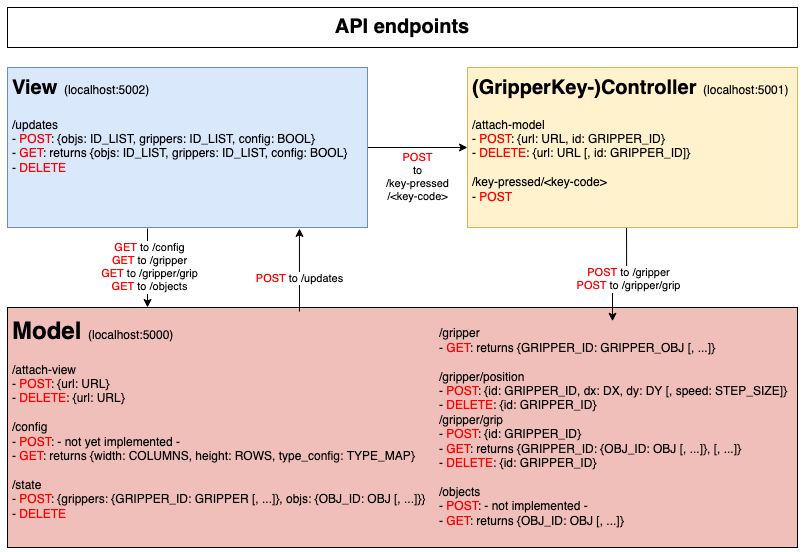
The draw.io diagram resources/img/API_endpoints.png in clp-research/golmi, before a commit. Source tidied: cells renumbered, new cells last; positions are measured from the earlier drawing's top-left corner, leaving out a move shared by most shapes.
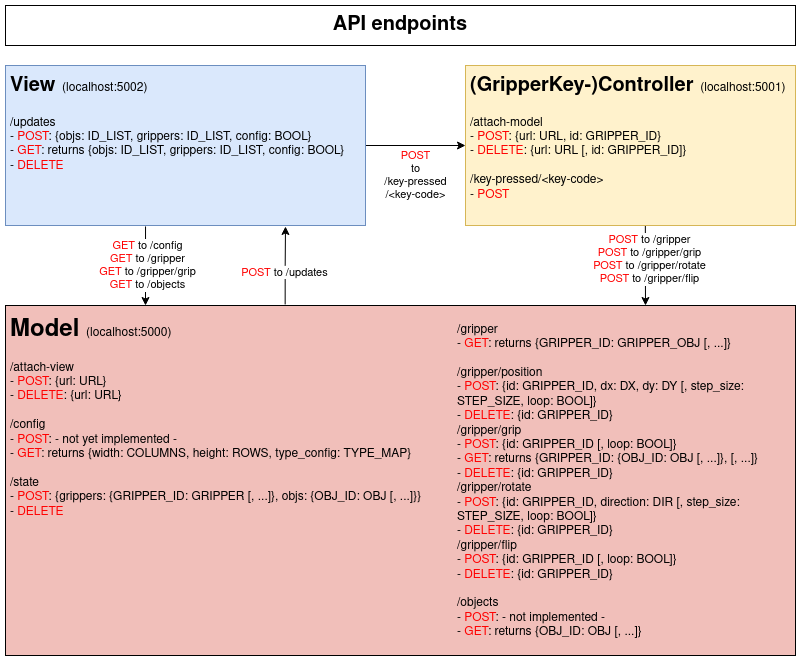
The same diagram one commit later.

The edit, as a diff of the source:
```diff
@@ -3,7 +3,7 @@
     <mxCell id="0" />
     <mxCell id="1" parent="0" />
     <mxCell id="2" style="rounded=0;whiteSpace=wrap;html=1;strokeColor=#000000;fillColor=#F1BFBA;" parent="1" vertex="1">
-      <mxGeometry y="300" width="790" height="240" as="geometry" />
+      <mxGeometry y="300" width="790" height="350" as="geometry" />
     </mxCell>
     <mxCell id="3" style="edgeStyle=orthogonalEdgeStyle;rounded=0;jettySize=auto;html=1;exitX=0.389;exitY=1.006;exitDx=0;exitDy=0;endArrow=classic;endFill=1;exitPerimeter=0;" parent="1" edge="1" source="6">
       <mxGeometry relative="1" as="geometry">
@@ -21,20 +21,24 @@
     <mxCell id="6" value="&lt;h1&gt;&lt;font style=&quot;font-size: 20px&quot;&gt;View&lt;/font&gt;&lt;font style=&quot;font-size: 12px&quot;&gt;&lt;span style=&quot;font-weight: normal&quot;&gt;&amp;nbsp; (localhost:5002)&lt;/span&gt;&lt;/font&gt;&lt;/h1&gt;&lt;div&gt;/updates&lt;/div&gt;&lt;div&gt;- &lt;font color=&quot;#FF0000&quot;&gt;POST&lt;font color=&quot;#000000&quot;&gt;: {objs: ID_LIST, grippers: ID_LIST, config: BOOL}&lt;/font&gt;&lt;/font&gt;&lt;/div&gt;&lt;div&gt;&lt;font color=&quot;#FF0000&quot;&gt;&lt;font color=&quot;#000000&quot;&gt;- &lt;font color=&quot;#FF0000&quot;&gt;GET&lt;/font&gt;: returns &lt;/font&gt;&lt;/font&gt;&lt;font color=&quot;#FF0000&quot;&gt;&lt;font color=&quot;#000000&quot;&gt;&lt;font color=&quot;#FF0000&quot;&gt;&lt;font color=&quot;#000000&quot;&gt;{objs: ID_LIST, grippers: ID_LIST, config: BOOL}&lt;/font&gt;&lt;/font&gt;&lt;/font&gt;&lt;/font&gt;&lt;/div&gt;&lt;div&gt;&lt;font color=&quot;#FF0000&quot;&gt;&lt;font color=&quot;#000000&quot;&gt;- &lt;font color=&quot;#FF0000&quot;&gt;DELETE&lt;/font&gt;&lt;br&gt;&lt;/font&gt;&lt;/font&gt;&lt;/div&gt;&lt;div&gt;&lt;font color=&quot;#FF0000&quot;&gt;&lt;font color=&quot;#000000&quot;&gt; &lt;/font&gt;&lt;/font&gt;&lt;br&gt;&lt;/div&gt;" style="text;html=1;strokeColor=#6c8ebf;fillColor=#dae8fc;spacing=5;spacingTop=-20;whiteSpace=wrap;overflow=hidden;rounded=0;" parent="1" vertex="1">
       <mxGeometry y="60" width="360" height="160" as="geometry" />
     </mxCell>
-    <mxCell id="7" style="edgeStyle=orthogonalEdgeStyle;rounded=0;jettySize=auto;html=1;exitX=0.482;exitY=0.994;exitDx=0;exitDy=0;entryX=0.5;entryY=0;entryDx=0;entryDy=0;exitPerimeter=0;entryPerimeter=0;" parent="1" edge="1" source="9" target="10">
-      <mxGeometry relative="1" as="geometry" />
+    <mxCell id="7" style="edgeStyle=orthogonalEdgeStyle;rounded=0;jettySize=auto;html=1;exitX=0.545;exitY=1;exitDx=0;exitDy=0;exitPerimeter=0;" parent="1" edge="1" source="9">
+      <mxGeometry relative="1" as="geometry">
+        <mxPoint x="640" y="300" as="targetPoint" />
+      </mxGeometry>
     </mxCell>
-    <mxCell id="8" value="&lt;div&gt;&lt;font color=&quot;#FF0000&quot;&gt;POST &lt;font color=&quot;#000000&quot;&gt;to /gripper&lt;/font&gt;&lt;/font&gt;&lt;/div&gt;&lt;div&gt;&lt;font color=&quot;#FF0000&quot;&gt;POST&lt;/font&gt; to /gripper/grip&lt;br&gt;&lt;/div&gt;" style="edgeLabel;html=1;align=center;verticalAlign=middle;" parent="7" vertex="1">
+    <mxCell id="8" value="&lt;div&gt;&lt;font color=&quot;#FF0000&quot;&gt;POST &lt;font color=&quot;#000000&quot;&gt;to /gripper&lt;/font&gt;&lt;/font&gt;&lt;/div&gt;&lt;div&gt;&lt;font color=&quot;#FF0000&quot;&gt;POST&lt;/font&gt; to /gripper/grip&lt;br&gt;&lt;/div&gt;&lt;div&gt;&lt;div&gt;&lt;font color=&quot;#FF0000&quot;&gt;POST&lt;/font&gt; to /gripper/rotate&lt;br&gt;&lt;div&gt;&lt;font color=&quot;#FF0000&quot;&gt;POST&lt;/font&gt; to /gripper/flip&lt;br&gt;&lt;/div&gt;&lt;/div&gt;&lt;/div&gt;" style="edgeLabel;html=1;align=center;verticalAlign=middle;" parent="7" vertex="1">
       <mxGeometry x="-0.15" y="4" relative="1" as="geometry" />
     </mxCell>
     <mxCell id="9" value="&lt;h1&gt;&lt;font style=&quot;font-size: 20px&quot;&gt;(GripperKey-)Controller&lt;/font&gt;&lt;font style=&quot;font-size: 12px&quot;&gt;&lt;span style=&quot;font-weight: normal&quot;&gt;&amp;nbsp; (localhost:5001)&lt;/span&gt;&lt;br&gt;&lt;/font&gt;&lt;/h1&gt;&lt;div&gt;/attach-model&amp;nbsp; &lt;br&gt;&lt;/div&gt;&lt;div&gt;- &lt;font color=&quot;#FF0000&quot;&gt;POST&lt;/font&gt;: {url: URL, id: GRIPPER_ID}&lt;/div&gt;&lt;div&gt;-&lt;font color=&quot;#FF0000&quot;&gt; DELETE&lt;/font&gt;: {url: URL [, id: GRIPPER_ID]}&lt;/div&gt;&lt;div&gt;&lt;br&gt;&lt;/div&gt;&lt;div&gt;/key-pressed/&amp;lt;key-code&amp;gt; &lt;br&gt;&lt;/div&gt;&lt;div&gt;- &lt;font color=&quot;#FF0000&quot;&gt;POST&lt;/font&gt;&lt;br&gt;&lt;/div&gt;&lt;div&gt;&lt;br&gt;&lt;/div&gt;&lt;div&gt;&lt;br&gt;&lt;/div&gt;" style="text;html=1;strokeColor=#d6b656;fillColor=#fff2cc;spacing=5;spacingTop=-20;whiteSpace=wrap;overflow=hidden;rounded=0;" parent="1" vertex="1">
       <mxGeometry x="460" y="60" width="330" height="160" as="geometry" />
     </mxCell>
-    <mxCell id="10" value="&lt;div&gt;/gripper&lt;/div&gt;&lt;div&gt;- &lt;font color=&quot;#FF0000&quot;&gt;GET&lt;font color=&quot;#000000&quot;&gt;: &lt;/font&gt;&lt;/font&gt;&lt;font color=&quot;#FF0000&quot;&gt;&lt;font color=&quot;#000000&quot;&gt;returns {GRIPPER_ID: GRIPPER_OBJ [, ...]}&lt;/font&gt;&lt;/font&gt;&lt;/div&gt;&lt;div&gt;&lt;br&gt;&lt;/div&gt;&lt;div align=&quot;left&quot;&gt;/gripper/position&lt;/div&gt;&lt;div align=&quot;left&quot;&gt;- &lt;font color=&quot;#FF0000&quot;&gt;POST&lt;/font&gt;: {id: GRIPPER_ID, dx: DX, dy: DY [, speed: STEP_SIZE]}&lt;/div&gt;&lt;div align=&quot;left&quot;&gt;- &lt;font color=&quot;#FF0000&quot;&gt;DELETE&lt;/font&gt;:  {id: GRIPPER_ID}&lt;/div&gt;&lt;div align=&quot;left&quot;&gt;/gripper/grip&lt;br&gt;&lt;/div&gt;&lt;div align=&quot;left&quot;&gt;- &lt;font color=&quot;#FF0000&quot;&gt;POST&lt;/font&gt;: {id: GRIPPER_ID}&lt;/div&gt;&lt;div align=&quot;left&quot;&gt;- &lt;font color=&quot;#FF0000&quot;&gt;GET&lt;/font&gt;: returns {GRIPPER_ID: {OBJ_ID: OBJ [, ...]}, [, ...]}&lt;/div&gt;&lt;div align=&quot;left&quot;&gt;- &lt;font color=&quot;#FF0000&quot;&gt;DELETE&lt;/font&gt;: {id: GRIPPER_ID}&lt;/div&gt;&lt;div align=&quot;left&quot;&gt;&lt;br&gt;&lt;/div&gt;&lt;div align=&quot;left&quot;&gt;/objects&lt;/div&gt;&lt;div align=&quot;left&quot;&gt;- &lt;font color=&quot;#FF0000&quot;&gt;POST&lt;/font&gt;: - not implemented -&lt;/div&gt;&lt;div align=&quot;left&quot;&gt;- &lt;font color=&quot;#FF0000&quot;&gt;GET&lt;/font&gt;: returns {OBJ_ID: OBJ [, ...]}&lt;/div&gt;" style="rounded=0;whiteSpace=wrap;html=1;align=left;strokeColor=none;fillColor=none;" parent="1" vertex="1">
-      <mxGeometry x="430" y="313.8" width="350" height="212.5" as="geometry" />
+    <mxCell id="10" value="&lt;div&gt;/gripper&lt;/div&gt;&lt;div&gt;- &lt;font color=&quot;#FF0000&quot;&gt;GET&lt;font color=&quot;#000000&quot;&gt;: &lt;/font&gt;&lt;/font&gt;&lt;font color=&quot;#FF0000&quot;&gt;&lt;font color=&quot;#000000&quot;&gt;returns {GRIPPER_ID: GRIPPER_OBJ [, ...]}&lt;/font&gt;&lt;/font&gt;&lt;/div&gt;&lt;div&gt;&lt;br&gt;&lt;/div&gt;&lt;div align=&quot;left&quot;&gt;/gripper/position&lt;/div&gt;&lt;div align=&quot;left&quot;&gt;- &lt;font color=&quot;#FF0000&quot;&gt;POST&lt;/font&gt;: {id: GRIPPER_ID, dx: DX, dy: DY [, step_size: STEP_SIZE, loop: BOOL]}&lt;/div&gt;&lt;div align=&quot;left&quot;&gt;- &lt;font color=&quot;#FF0000&quot;&gt;DELETE&lt;/font&gt;:  {id: GRIPPER_ID}&lt;/div&gt;&lt;div align=&quot;left&quot;&gt;/gripper/grip&lt;br&gt;&lt;/div&gt;&lt;div align=&quot;left&quot;&gt;- &lt;font color=&quot;#FF0000&quot;&gt;POST&lt;/font&gt;: {id: GRIPPER_ID [, loop: BOOL]}&lt;/div&gt;&lt;div align=&quot;left&quot;&gt;- &lt;font color=&quot;#FF0000&quot;&gt;GET&lt;/font&gt;: returns {GRIPPER_ID: {OBJ_ID: OBJ [, ...]}, [, ...]}&lt;/div&gt;&lt;div align=&quot;left&quot;&gt;- &lt;font color=&quot;#FF0000&quot;&gt;DELETE&lt;/font&gt;: {id: GRIPPER_ID}&lt;/div&gt;&lt;div align=&quot;left&quot;&gt;/gripper/rotate&lt;/div&gt;&lt;div align=&quot;left&quot;&gt;- &lt;font color=&quot;#FF0000&quot;&gt;POST&lt;/font&gt;: {id: GRIPPER_ID, direction: DIR [, step_size: STEP_SIZE, loop: BOOL]}&lt;/div&gt;&lt;div align=&quot;left&quot;&gt;- &lt;font color=&quot;#FF0000&quot;&gt;DELETE&lt;/font&gt;: {id: GRIPPER_ID}&lt;/div&gt;&lt;div align=&quot;left&quot;&gt;/gripper/flip&lt;/div&gt;&lt;div align=&quot;left&quot;&gt;- &lt;font color=&quot;#FF0000&quot;&gt;POST&lt;/font&gt;: {id: GRIPPER_ID [, loop: BOOL]}&lt;/div&gt;&lt;div align=&quot;left&quot;&gt;- &lt;font color=&quot;#FF0000&quot;&gt;DELETE&lt;/font&gt;: {id: GRIPPER_ID}&lt;br&gt;&lt;/div&gt;&lt;div align=&quot;left&quot;&gt;&lt;br&gt;&lt;/div&gt;&lt;div align=&quot;left&quot;&gt;/objects&lt;/div&gt;&lt;div align=&quot;left&quot;&gt;- &lt;font color=&quot;#FF0000&quot;&gt;POST&lt;/font&gt;: - not implemented -&lt;/div&gt;&lt;div align=&quot;left&quot;&gt;- &lt;font color=&quot;#FF0000&quot;&gt;GET&lt;/font&gt;: returns {OBJ_ID: OBJ [, ...]}&lt;/div&gt;" style="rounded=0;whiteSpace=wrap;html=1;align=left;strokeColor=none;fillColor=none;" parent="1" vertex="1">
+      <mxGeometry x="450" y="370" width="350" height="212.5" as="geometry" />
     </mxCell>
-    <mxCell id="11" style="edgeStyle=orthogonalEdgeStyle;rounded=0;jettySize=auto;html=1;exitX=0.679;exitY=-0.004;exitDx=0;exitDy=0;entryX=0.811;entryY=1.006;entryDx=0;entryDy=0;entryPerimeter=0;endArrow=classic;endFill=1;exitPerimeter=0;" parent="1" edge="1" source="13" target="6">
-      <mxGeometry relative="1" as="geometry" />
+    <mxCell id="11" style="edgeStyle=orthogonalEdgeStyle;rounded=0;jettySize=auto;html=1;exitX=0.354;exitY=-0.003;exitDx=0;exitDy=0;endArrow=classic;endFill=1;exitPerimeter=0;" parent="1" edge="1" source="2">
+      <mxGeometry relative="1" as="geometry">
+        <mxPoint x="280" y="221" as="targetPoint" />
+      </mxGeometry>
     </mxCell>
     <mxCell id="12" value="&lt;font color=&quot;#FF0000&quot;&gt;POST&lt;/font&gt; to /updates" style="edgeLabel;html=1;align=center;verticalAlign=middle;" parent="11" vertex="1">
       <mxGeometry x="-0.21" y="2" relative="1" as="geometry">
```
